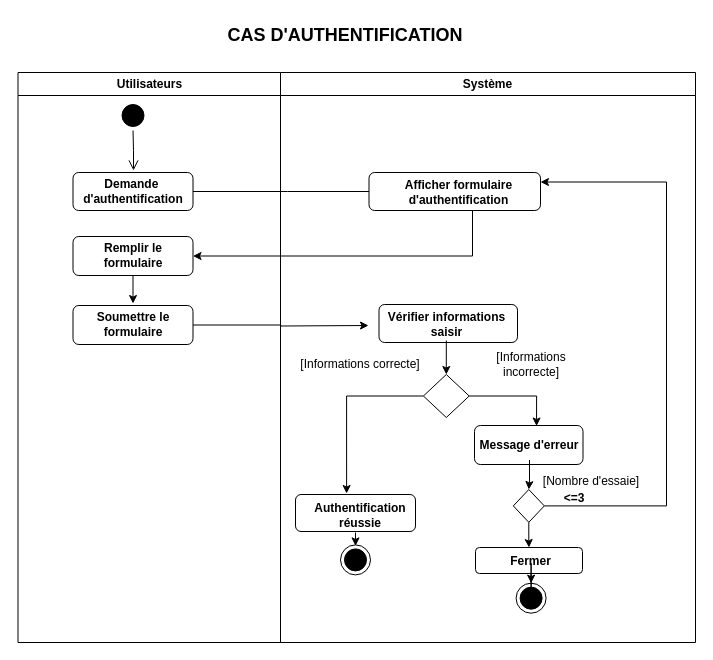
Above: act3.drawio in louis-fresnel99/TpGasaL1 (draw.io), before the change. Source tidied: cells renumbered, new cells numbered last; positions are measured from the earlier drawing's top-left corner, leaving out a move shared by most shapes. Both pictures are drawn from the tidied source at 100%, with x=0, y=0 at pixel (17, 17).
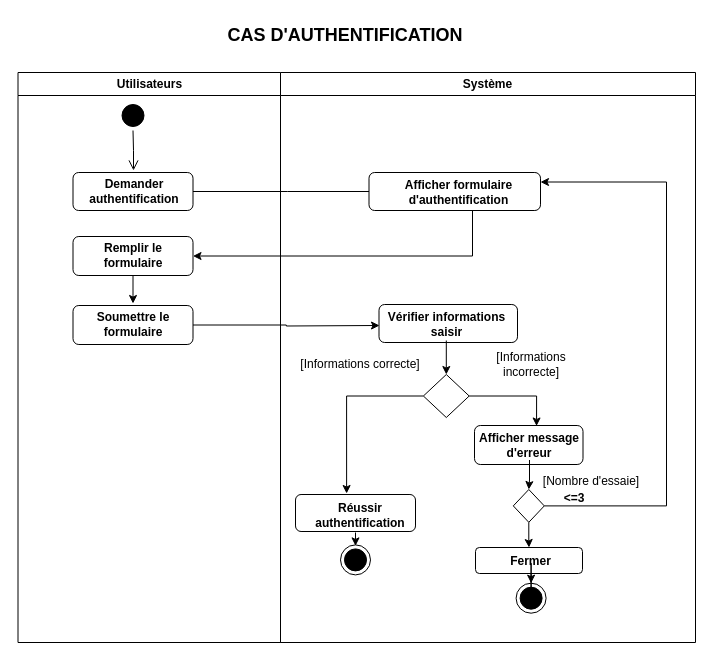
After the change.

Commit message:
Mettre à jour act3.drawio

Unchanged cells that the change refers to:
```xml
<mxCell id="2" value="Utilisateurs" style="swimlane;whiteSpace=wrap;" parent="1" vertex="1">
  <mxGeometry x="0.5" y="55" width="262.5" height="570" as="geometry" />
</mxCell>
<mxCell id="12" style="rounded=1;whiteSpace=wrap;html=1;" parent="2" vertex="1">
  <mxGeometry x="55" y="233" width="120" height="39" as="geometry" />
</mxCell>
<mxCell id="14" value="Système" style="swimlane;whiteSpace=wrap;" parent="1" vertex="1">
  <mxGeometry x="263" y="55" width="415" height="570" as="geometry" />
</mxCell>
```

The edit, as a diff of the source:
```diff
@@
-    <mxCell id="7" value="&lt;b&gt;Demande&amp;nbsp; d'authentification&lt;/b&gt;" style="text;html=1;align=center;verticalAlign=middle;whiteSpace=wrap;rounded=0;" parent="2" vertex="1">
-      <mxGeometry x="85" y="104" width="60" height="30" as="geometry" />
+    <mxCell id="7" value="&lt;b&gt;Demander authentification&lt;/b&gt;" style="text;html=1;align=center;verticalAlign=middle;whiteSpace=wrap;rounded=0;" parent="2" vertex="1">
+      <mxGeometry x="79" y="104" width="74" height="30" as="geometry" />
     </mxCell>
@@
-    <mxCell id="11" style="edgeStyle=orthogonalEdgeStyle;rounded=0;jettySize=auto;html=1;" parent="2" edge="1" source="12">
+    <mxCell id="11" style="edgeStyle=orthogonalEdgeStyle;rounded=0;jettySize=auto;html=1;exitX=1;exitY=0.5;exitDx=0;exitDy=0;" parent="2" edge="1" source="12">
       <mxGeometry relative="1" as="geometry">
-        <mxPoint x="350.5" y="253" as="targetPoint" />
+        <mxPoint x="361.5" y="253" as="targetPoint" />
       </mxGeometry>
     </mxCell>
@@
-    <mxCell id="24" value="&lt;b&gt;Message d'erreur&lt;/b&gt;" style="text;html=1;align=center;verticalAlign=middle;whiteSpace=wrap;rounded=0;" parent="14" vertex="1">
+    <mxCell id="24" value="&lt;b&gt;Afficher message d'erreur&lt;/b&gt;" style="text;html=1;align=center;verticalAlign=middle;whiteSpace=wrap;rounded=0;" parent="14" vertex="1">
       <mxGeometry x="194" y="357.5" width="110" height="30" as="geometry" />
     </mxCell>
@@
-    <mxCell id="28" value="&lt;b&gt;Authentification réussie&lt;/b&gt;" style="text;html=1;align=center;verticalAlign=middle;whiteSpace=wrap;rounded=0;" parent="14" vertex="1">
+    <mxCell id="28" value="&lt;b&gt;Réussir authentification&lt;/b&gt;" style="text;html=1;align=center;verticalAlign=middle;whiteSpace=wrap;rounded=0;" parent="14" vertex="1">
       <mxGeometry x="25" y="428" width="110" height="30" as="geometry" />
     </mxCell>
```
